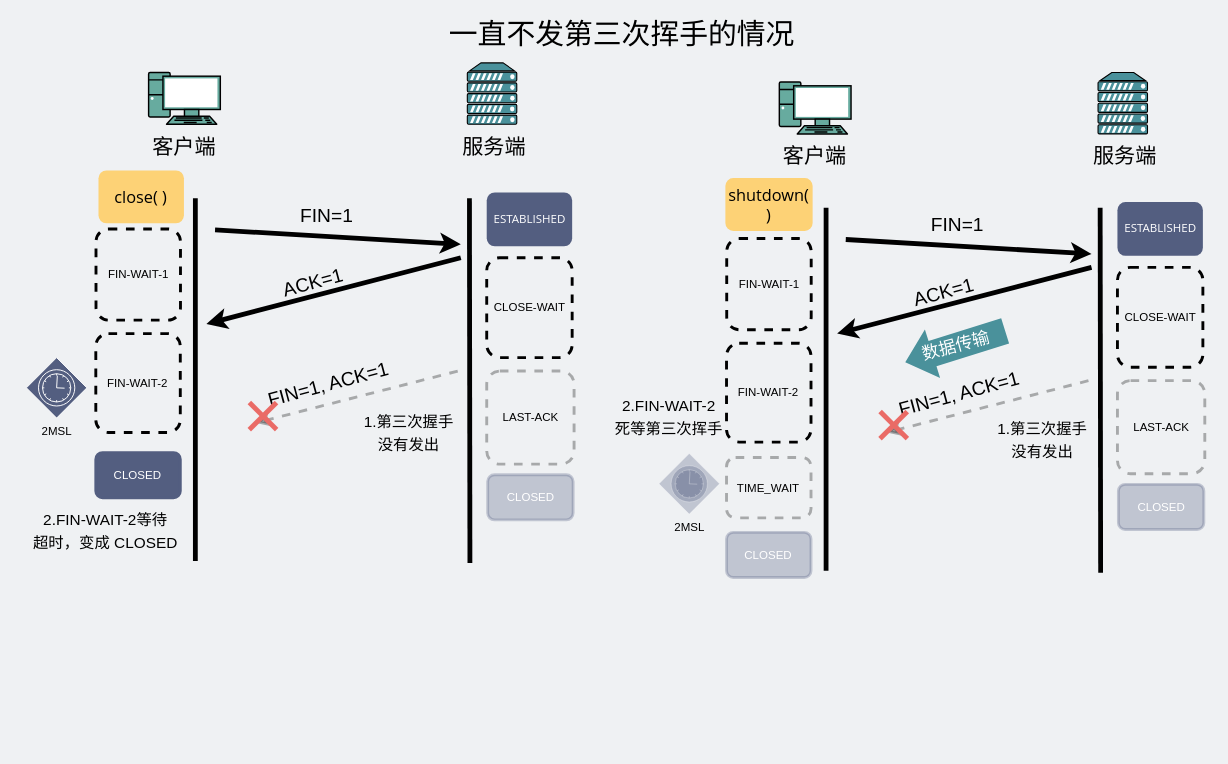
Earlier version of the draw.io diagram network/一直不发第三次挥手的情况.drawio (xiaobaiTech/image). Source tidied: cells renumbered, new cells numbered last; positions are measured from the earlier drawing's top-left corner, leaving out a move shared by most shapes. Both pictures are drawn from the tidied source at 96%, with x=0, y=0 at pixel (16, 20).
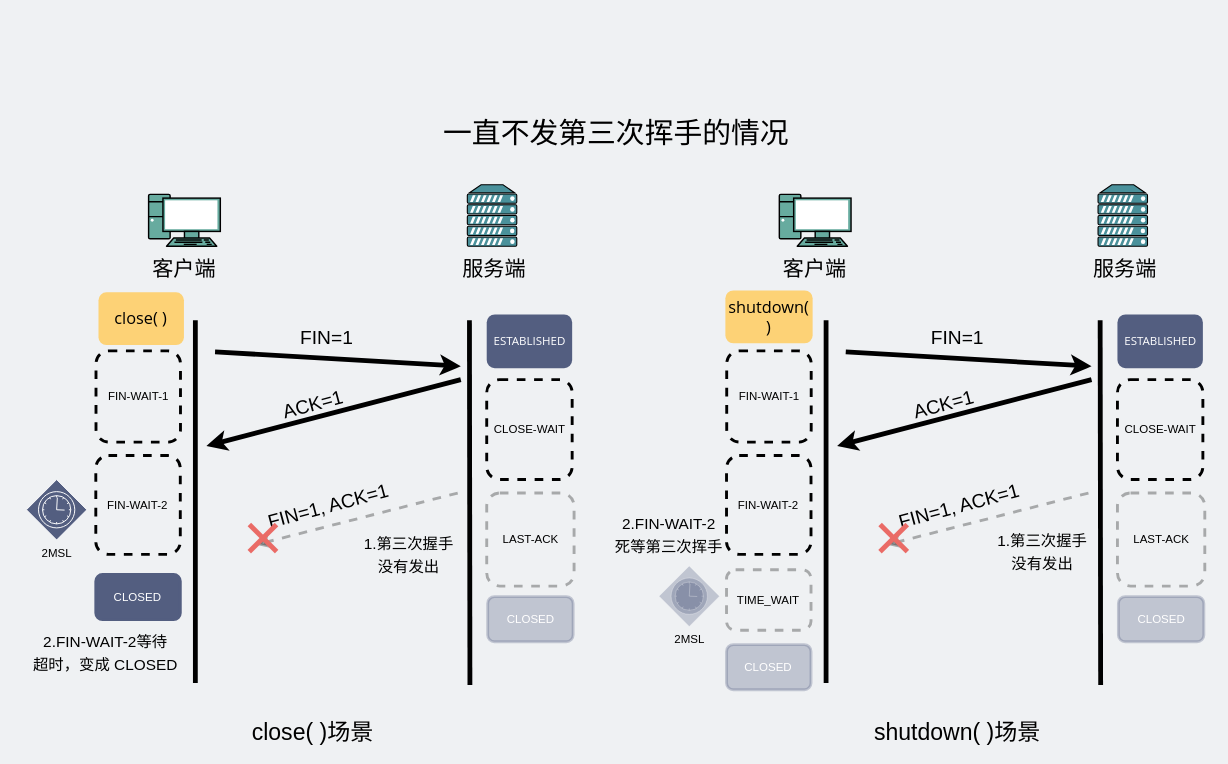
The same page after the edit.

Commit message:
Update 一直不发第三次挥手的情况.drawio

Diff of the diagram source:
```diff
@@
     <mxCell id="2" style="fontColor=#0066CC;verticalAlign=top;verticalLabelPosition=bottom;labelPosition=center;align=center;html=1;gradientColor=none;gradientDirection=north;strokeWidth=2;shape=mxgraph.networks.pc;fillColor=#67AB9F;fontSize=30;" parent="1" vertex="1">
-      <mxGeometry x="137.3" y="54" width="74.7" height="54" as="geometry" />
+      <mxGeometry x="137.3" y="181" width="74.7" height="54" as="geometry" />
     </mxCell>
     <mxCell id="3" value="客户端" style="text;html=1;strokeColor=none;fillColor=none;align=center;verticalAlign=middle;whiteSpace=wrap;rounded=0;fontSize=22;" parent="1" vertex="1">
-      <mxGeometry x="85.1" y="122" width="179" height="20" as="geometry" />
+      <mxGeometry x="85.1" y="249" width="179" height="20" as="geometry" />
     </mxCell>
     <mxCell id="4" style="fontColor=#0066CC;verticalAlign=top;verticalLabelPosition=bottom;labelPosition=center;align=center;html=1;gradientColor=none;gradientDirection=north;strokeWidth=2;shape=mxgraph.networks.server;fillColor=#4A919B;" parent="1" vertex="1">
-      <mxGeometry x="469.3" y="44" width="51.5" height="64" as="geometry" />
+      <mxGeometry x="469.3" y="171" width="51.5" height="64" as="geometry" />
     </mxCell>
     <mxCell id="5" value="服务端" style="text;html=1;strokeColor=none;fillColor=none;align=center;verticalAlign=middle;whiteSpace=wrap;rounded=0;fontSize=22;" parent="1" vertex="1">
-      <mxGeometry x="408.3" y="122" width="179" height="20" as="geometry" />
+      <mxGeometry x="408.3" y="249" width="179" height="20" as="geometry" />
     </mxCell>
     <mxCell id="6" value="&lt;span style=&quot;font-size: 30px&quot;&gt;一直不发第三次挥手的情况&lt;/span&gt;" style="text;html=1;strokeColor=none;fillColor=none;align=center;verticalAlign=middle;whiteSpace=wrap;rounded=0;" parent="1" vertex="1">
-      <mxGeometry x="432.5" width="395" height="28" as="geometry" />
+      <mxGeometry x="427" y="103" width="395" height="28" as="geometry" />
     </mxCell>
     <mxCell id="7" style="endArrow=none;html=1;strokeWidth=5;" parent="1" edge="1">
       <mxGeometry relative="1" as="geometry">
-        <mxPoint x="186" y="563" as="sourcePoint" />
-        <mxPoint x="186" y="185" as="targetPoint" />
+        <mxPoint x="186" y="690" as="sourcePoint" />
+        <mxPoint x="186" y="312" as="targetPoint" />
       </mxGeometry>
     </mxCell>
     <mxCell id="8" style="endArrow=classic;html=1;strokeWidth=5;fontSize=20;" parent="1" edge="1">
       <mxGeometry relative="1" as="geometry">
-        <mxPoint x="206.5" y="218" as="sourcePoint" />
-        <mxPoint x="462.5" y="233" as="targetPoint" />
+        <mxPoint x="206.5" y="345" as="sourcePoint" />
+        <mxPoint x="462.5" y="360" as="targetPoint" />
       </mxGeometry>
     </mxCell>
     <mxCell id="9" value="FIN=1" style="text;html=1;strokeColor=none;fillColor=none;align=center;verticalAlign=middle;whiteSpace=wrap;rounded=0;fontSize=20;" parent="1" vertex="1">
-      <mxGeometry x="276.5" y="191" width="92" height="21" as="geometry" />
+      <mxGeometry x="276.5" y="318" width="92" height="21" as="geometry" />
     </mxCell>
     <mxCell id="10" style="endArrow=none;html=1;strokeWidth=5;startArrow=classic;startFill=1;endFill=0;" parent="1" edge="1">
       <mxGeometry relative="1" as="geometry">
-        <mxPoint x="197.5" y="316" as="sourcePoint" />
-        <mxPoint x="462.5" y="247" as="targetPoint" />
+        <mxPoint x="197.5" y="443" as="sourcePoint" />
+        <mxPoint x="462.5" y="374" as="targetPoint" />
       </mxGeometry>
     </mxCell>
     <mxCell id="11" value="FIN-WAIT-1" style="rounded=1;whiteSpace=wrap;html=1;strokeColor=#000000;fillColor=none;dashed=1;strokeWidth=3;" parent="1" vertex="1">
-      <mxGeometry x="82.5" y="217" width="88" height="95" as="geometry" />
+      <mxGeometry x="82.5" y="344" width="88" height="95" as="geometry" />
     </mxCell>
     <mxCell id="12" value="&lt;span style=&quot;font-family: &amp;quot;open sans&amp;quot; , &amp;quot;clear sans&amp;quot; , &amp;quot;helvetica neue&amp;quot; , &amp;quot;helvetica&amp;quot; , &amp;quot;arial&amp;quot; , sans-serif&quot;&gt;&lt;font style=&quot;font-size: 12px&quot;&gt;ESTABLISHED&lt;/font&gt;&lt;/span&gt;" style="rounded=1;whiteSpace=wrap;html=1;dashed=1;strokeWidth=3;strokeColor=none;fillColor=#535E80;fontColor=#FFFFFF;" parent="1" vertex="1">
-      <mxGeometry x="489.5" y="179" width="89" height="56" as="geometry" />
+      <mxGeometry x="489.5" y="306" width="89" height="56" as="geometry" />
     </mxCell>
     <mxCell id="13" value="&lt;span&gt;CLOSE-WAIT&lt;/span&gt;" style="rounded=1;whiteSpace=wrap;html=1;strokeColor=#000000;dashed=1;strokeWidth=3;fillColor=none;" parent="1" vertex="1">
-      <mxGeometry x="489.5" y="247" width="89" height="104" as="geometry" />
+      <mxGeometry x="489.5" y="374" width="89" height="104" as="geometry" />
     </mxCell>
     <mxCell id="14" value="LAST-ACK" style="rounded=1;whiteSpace=wrap;html=1;strokeColor=#000000;fillColor=none;dashed=1;strokeWidth=3;opacity=30;" parent="1" vertex="1">
-      <mxGeometry x="489.5" y="365" width="91" height="97" as="geometry" />
+      <mxGeometry x="489.5" y="492" width="91" height="97" as="geometry" />
     </mxCell>
     <mxCell id="15" value="FIN-WAIT-2" style="rounded=1;whiteSpace=wrap;html=1;strokeColor=#000000;dashed=1;strokeWidth=3;fillColor=none;" parent="1" vertex="1">
-      <mxGeometry x="82.3" y="326" width="88" height="103" as="geometry" />
+      <mxGeometry x="82.3" y="453" width="88" height="103" as="geometry" />
     </mxCell>
     <mxCell id="16" value="ACK=1" style="text;html=1;strokeColor=none;fillColor=none;align=center;verticalAlign=middle;whiteSpace=wrap;rounded=0;fontSize=20;rotation=-15;" parent="1" vertex="1">
-      <mxGeometry x="174.1" y="255.9" width="269" height="32" as="geometry" />
+      <mxGeometry x="174.1" y="382.9" width="269" height="32" as="geometry" />
     </mxCell>
     <mxCell id="17" style="endArrow=none;html=1;strokeWidth=5;" parent="1" edge="1">
       <mxGeometry relative="1" as="geometry">
-        <mxPoint x="472" y="565" as="sourcePoint" />
-        <mxPoint x="471.5" y="185" as="targetPoint" />
+        <mxPoint x="472" y="692" as="sourcePoint" />
+        <mxPoint x="471.5" y="312" as="targetPoint" />
       </mxGeometry>
     </mxCell>
     <mxCell id="18" style="endArrow=none;html=1;strokeWidth=3;startArrow=classic;startFill=1;endFill=0;dashed=1;opacity=30;" parent="1" edge="1">
       <mxGeometry relative="1" as="geometry">
-        <mxPoint x="249" y="419" as="sourcePoint" />
-        <mxPoint x="463.5" y="364" as="targetPoint" />
+        <mxPoint x="249" y="546" as="sourcePoint" />
+        <mxPoint x="463.5" y="491" as="targetPoint" />
       </mxGeometry>
     </mxCell>
     <mxCell id="19" value="FIN=1, ACK=1" style="text;html=1;strokeColor=none;fillColor=none;align=center;verticalAlign=middle;whiteSpace=wrap;rounded=0;fontSize=20;rotation=-15;" parent="1" vertex="1">
-      <mxGeometry x="190" y="362" width="269" height="32" as="geometry" />
+      <mxGeometry x="190" y="489" width="269" height="32" as="geometry" />
     </mxCell>
     <mxCell id="20" value="&lt;font color=&quot;#ffffff&quot;&gt;CLOSED&lt;/font&gt;" style="rounded=1;whiteSpace=wrap;html=1;strokeWidth=3;strokeColor=#535E80;fillColor=#535E80;" parent="1" vertex="1">
-      <mxGeometry x="82.3" y="450" width="88" height="47" as="geometry" />
+      <mxGeometry x="82.3" y="577" width="88" height="47" as="geometry" />
     </mxCell>
     <mxCell id="21" value="&lt;font color=&quot;#ffffff&quot;&gt;CLOSED&lt;/font&gt;" style="rounded=1;whiteSpace=wrap;html=1;strokeWidth=3;strokeColor=#535E80;fillColor=#535E80;opacity=30;" parent="1" vertex="1">
-      <mxGeometry x="490.5" y="473" width="89" height="47" as="geometry" />
+      <mxGeometry x="490.5" y="600" width="89" height="47" as="geometry" />
     </mxCell>
     <mxCell id="22" style="shape=mxgraph.bpmn.gateway2;html=1;verticalLabelPosition=bottom;labelBackgroundColor=#ffffff;verticalAlign=top;align=center;perimeter=rhombusPerimeter;outline=standard;symbol=timer;fillColor=#535E80;strokeColor=#FFFFFF;" parent="1" vertex="1">
-      <mxGeometry x="10" y="351" width="63" height="63" as="geometry" />
+      <mxGeometry x="10" y="478" width="63" height="63" as="geometry" />
     </mxCell>
     <mxCell id="23" value="2MSL" style="text;html=1;strokeColor=none;fillColor=none;align=center;verticalAlign=middle;whiteSpace=wrap;rounded=0;" parent="1" vertex="1">
-      <mxGeometry x="21.5" y="418" width="40" height="20" as="geometry" />
+      <mxGeometry x="21.5" y="545" width="40" height="20" as="geometry" />
     </mxCell>
     <mxCell id="24" value="&lt;span style=&quot;font-family: &amp;#34;open sans&amp;#34; , &amp;#34;clear sans&amp;#34; , &amp;#34;helvetica neue&amp;#34; , &amp;#34;helvetica&amp;#34; , &amp;#34;arial&amp;#34; , sans-serif&quot;&gt;&lt;font&gt;&lt;font style=&quot;font-size: 17px&quot;&gt;close( )&lt;/font&gt;&lt;br&gt;&lt;/font&gt;&lt;/span&gt;" style="rounded=1;whiteSpace=wrap;html=1;dashed=1;strokeWidth=3;strokeColor=none;fillColor=#FDD276;" parent="1" vertex="1">
-      <mxGeometry x="85.1" y="156" width="89" height="55" as="geometry" />
+      <mxGeometry x="85.1" y="283" width="89" height="55" as="geometry" />
     </mxCell>
     <mxCell id="25" value="&lt;font style=&quot;font-size: 72px&quot; color=&quot;#ea6b66&quot;&gt;×&lt;/font&gt;" style="text;html=1;strokeColor=none;fillColor=none;align=center;verticalAlign=middle;whiteSpace=wrap;rounded=0;opacity=30;" parent="1" vertex="1">
-      <mxGeometry x="236.5" y="401" width="40" height="20" as="geometry" />
+      <mxGeometry x="236.5" y="528" width="40" height="20" as="geometry" />
     </mxCell>
     <mxCell id="26" value="&lt;font style=&quot;font-size: 16px&quot;&gt;1.第三次握手&lt;br&gt;没有发出&lt;/font&gt;" style="text;html=1;strokeColor=none;fillColor=none;align=center;verticalAlign=middle;whiteSpace=wrap;rounded=0;fontSize=20;rotation=0;" parent="1" vertex="1">
-      <mxGeometry x="334" y="412" width="149" height="32" as="geometry" />
+      <mxGeometry x="334" y="539" width="149" height="32" as="geometry" />
     </mxCell>
     <mxCell id="27" value="&lt;font style=&quot;font-size: 16px&quot;&gt;2.FIN-WAIT-2等待&lt;br&gt;超时，变成 CLOSED&lt;/font&gt;" style="text;html=1;strokeColor=none;fillColor=none;align=center;verticalAlign=middle;whiteSpace=wrap;rounded=0;fontSize=20;rotation=0;" parent="1" vertex="1">
-      <mxGeometry y="499" width="185" height="62" as="geometry" />
+      <mxGeometry y="626" width="185" height="62" as="geometry" />
     </mxCell>
-    <mxCell id="28" style="shape=flexArrow;endArrow=classic;html=1;fontColor=#FFFFFF;gradientColor=none;endWidth=24.381720430107528;endSize=9.583333333333334;width=27.5;strokeColor=none;fillColor=#4A919B;" parent="1" edge="1">
-      <mxGeometry relative="1" as="geometry">
-        <mxPoint x="1030" y="323" as="sourcePoint" />
-        <mxPoint x="925" y="356" as="targetPoint" />
-      </mxGeometry>
-    </mxCell>
     <mxCell id="29" style="fontColor=#0066CC;verticalAlign=top;verticalLabelPosition=bottom;labelPosition=center;align=center;html=1;gradientColor=none;gradientDirection=north;strokeWidth=2;shape=mxgraph.networks.pc;fillColor=#67AB9F;fontSize=30;" parent="1" vertex="1">
-      <mxGeometry x="794.3" y="64" width="74.7" height="54" as="geometry" />
+      <mxGeometry x="794.3" y="181" width="74.7" height="54" as="geometry" />
     </mxCell>
     <mxCell id="30" value="客户端" style="text;html=1;strokeColor=none;fillColor=none;align=center;verticalAlign=middle;whiteSpace=wrap;rounded=0;fontSize=22;" parent="1" vertex="1">
-      <mxGeometry x="742.1" y="132" width="179" height="20" as="geometry" />
+      <mxGeometry x="742.1" y="249" width="179" height="20" as="geometry" />
     </mxCell>
     <mxCell id="31" style="fontColor=#0066CC;verticalAlign=top;verticalLabelPosition=bottom;labelPosition=center;align=center;html=1;gradientColor=none;gradientDirection=north;strokeWidth=2;shape=mxgraph.networks.server;fillColor=#4A919B;" parent="1" vertex="1">
-      <mxGeometry x="1126.3" y="54" width="51.5" height="64" as="geometry" />
+      <mxGeometry x="1126.3" y="171" width="51.5" height="64" as="geometry" />
     </mxCell>
     <mxCell id="32" value="服务端" style="text;html=1;strokeColor=none;fillColor=none;align=center;verticalAlign=middle;whiteSpace=wrap;rounded=0;fontSize=22;" parent="1" vertex="1">
-      <mxGeometry x="1065.3" y="132" width="179" height="20" as="geometry" />
+      <mxGeometry x="1065.3" y="249" width="179" height="20" as="geometry" />
     </mxCell>
     <mxCell id="33" style="endArrow=none;html=1;strokeWidth=5;" parent="1" edge="1">
       <mxGeometry relative="1" as="geometry">
-        <mxPoint x="843" y="573" as="sourcePoint" />
-        <mxPoint x="843" y="195" as="targetPoint" />
+        <mxPoint x="843" y="690" as="sourcePoint" />
+        <mxPoint x="843" y="312" as="targetPoint" />
       </mxGeometry>
     </mxCell>
     <mxCell id="34" style="endArrow=classic;html=1;strokeWidth=5;fontSize=20;" parent="1" edge="1">
       <mxGeometry relative="1" as="geometry">
-        <mxPoint x="863.5" y="228" as="sourcePoint" />
-        <mxPoint x="1119.5" y="243" as="targetPoint" />
+        <mxPoint x="863.5" y="345" as="sourcePoint" />
+        <mxPoint x="1119.5" y="360" as="targetPoint" />
       </mxGeometry>
     </mxCell>
     <mxCell id="35" value="FIN=1" style="text;html=1;strokeColor=none;fillColor=none;align=center;verticalAlign=middle;whiteSpace=wrap;rounded=0;fontSize=20;" parent="1" vertex="1">
-      <mxGeometry x="933.5" y="201" width="92" height="21" as="geometry" />
+      <mxGeometry x="933.5" y="318" width="92" height="21" as="geometry" />
     </mxCell>
     <mxCell id="36" style="endArrow=none;html=1;strokeWidth=5;startArrow=classic;startFill=1;endFill=0;" parent="1" edge="1">
       <mxGeometry relative="1" as="geometry">
-        <mxPoint x="854.5" y="326" as="sourcePoint" />
-        <mxPoint x="1119.5" y="257" as="targetPoint" />
+        <mxPoint x="854.5" y="443" as="sourcePoint" />
+        <mxPoint x="1119.5" y="374" as="targetPoint" />
       </mxGeometry>
     </mxCell>
     <mxCell id="37" value="FIN-WAIT-1" style="rounded=1;whiteSpace=wrap;html=1;strokeColor=#000000;fillColor=none;dashed=1;strokeWidth=3;" parent="1" vertex="1">
-      <mxGeometry x="739.5" y="227" width="88" height="95" as="geometry" />
+      <mxGeometry x="739.5" y="344" width="88" height="95" as="geometry" />
     </mxCell>
     <mxCell id="38" value="&lt;span style=&quot;font-family: &amp;quot;open sans&amp;quot; , &amp;quot;clear sans&amp;quot; , &amp;quot;helvetica neue&amp;quot; , &amp;quot;helvetica&amp;quot; , &amp;quot;arial&amp;quot; , sans-serif&quot;&gt;&lt;font style=&quot;font-size: 12px&quot;&gt;ESTABLISHED&lt;/font&gt;&lt;/span&gt;" style="rounded=1;whiteSpace=wrap;html=1;dashed=1;strokeWidth=3;strokeColor=none;fillColor=#535E80;fontColor=#FFFFFF;" parent="1" vertex="1">
-      <mxGeometry x="1146.5" y="189" width="89" height="56" as="geometry" />
+      <mxGeometry x="1146.5" y="306" width="89" height="56" as="geometry" />
     </mxCell>
     <mxCell id="39" value="&lt;span&gt;CLOSE-WAIT&lt;/span&gt;" style="rounded=1;whiteSpace=wrap;html=1;strokeColor=#000000;dashed=1;strokeWidth=3;fillColor=none;" parent="1" vertex="1">
-      <mxGeometry x="1146.5" y="257" width="89" height="104" as="geometry" />
+      <mxGeometry x="1146.5" y="374" width="89" height="104" as="geometry" />
     </mxCell>
     <mxCell id="40" value="LAST-ACK" style="rounded=1;whiteSpace=wrap;html=1;strokeColor=#000000;fillColor=none;dashed=1;strokeWidth=3;opacity=30;" parent="1" vertex="1">
-      <mxGeometry x="1146.5" y="375" width="91" height="97" as="geometry" />
+      <mxGeometry x="1146.5" y="492" width="91" height="97" as="geometry" />
     </mxCell>
     <mxCell id="41" value="FIN-WAIT-2" style="rounded=1;whiteSpace=wrap;html=1;strokeColor=#000000;dashed=1;strokeWidth=3;fillColor=none;" parent="1" vertex="1">
-      <mxGeometry x="739.3" y="336" width="88" height="103" as="geometry" />
+      <mxGeometry x="739.3" y="453" width="88" height="103" as="geometry" />
     </mxCell>
     <mxCell id="42" value="ACK=1" style="text;html=1;strokeColor=none;fillColor=none;align=center;verticalAlign=middle;whiteSpace=wrap;rounded=0;fontSize=20;rotation=-15;" parent="1" vertex="1">
-      <mxGeometry x="831.1" y="265.9" width="269" height="32" as="geometry" />
+      <mxGeometry x="831.1" y="382.9" width="269" height="32" as="geometry" />
     </mxCell>
     <mxCell id="43" style="endArrow=none;html=1;strokeWidth=5;" parent="1" edge="1">
       <mxGeometry relative="1" as="geometry">
-        <mxPoint x="1129" y="575" as="sourcePoint" />
-        <mxPoint x="1128.5" y="195" as="targetPoint" />
+        <mxPoint x="1129" y="692" as="sourcePoint" />
+        <mxPoint x="1128.5" y="312" as="targetPoint" />
       </mxGeometry>
     </mxCell>
     <mxCell id="44" style="endArrow=none;html=1;strokeWidth=3;startArrow=classic;startFill=1;endFill=0;dashed=1;opacity=30;" parent="1" edge="1">
       <mxGeometry relative="1" as="geometry">
-        <mxPoint x="906" y="429" as="sourcePoint" />
-        <mxPoint x="1120.5" y="374" as="targetPoint" />
+        <mxPoint x="906" y="546" as="sourcePoint" />
+        <mxPoint x="1120.5" y="491" as="targetPoint" />
       </mxGeometry>
     </mxCell>
     <mxCell id="45" value="FIN=1, ACK=1" style="text;html=1;strokeColor=none;fillColor=none;align=center;verticalAlign=middle;whiteSpace=wrap;rounded=0;fontSize=20;rotation=-15;" parent="1" vertex="1">
-      <mxGeometry x="847" y="372" width="269" height="32" as="geometry" />
+      <mxGeometry x="847" y="489" width="269" height="32" as="geometry" />
     </mxCell>
     <mxCell id="46" value="TIME_WAIT" style="rounded=1;whiteSpace=wrap;html=1;strokeColor=#000000;fillColor=none;dashed=1;strokeWidth=3;opacity=30;" parent="1" vertex="1">
-      <mxGeometry x="739.3" y="455" width="88" height="63" as="geometry" />
+      <mxGeometry x="739.3" y="572" width="88" height="63" as="geometry" />
     </mxCell>
     <mxCell id="47" value="&lt;font color=&quot;#ffffff&quot;&gt;CLOSED&lt;/font&gt;" style="rounded=1;whiteSpace=wrap;html=1;strokeWidth=3;strokeColor=#535E80;fillColor=#535E80;opacity=30;" parent="1" vertex="1">
-      <mxGeometry x="739.3" y="533" width="88" height="47" as="geometry" />
+      <mxGeometry x="739.3" y="650" width="88" height="47" as="geometry" />
     </mxCell>
     <mxCell id="48" value="&lt;font color=&quot;#ffffff&quot;&gt;CLOSED&lt;/font&gt;" style="rounded=1;whiteSpace=wrap;html=1;strokeWidth=3;strokeColor=#535E80;fillColor=#535E80;opacity=30;" parent="1" vertex="1">
-      <mxGeometry x="1147.5" y="483" width="89" height="47" as="geometry" />
+      <mxGeometry x="1147.5" y="600" width="89" height="47" as="geometry" />
     </mxCell>
     <mxCell id="49" style="shape=mxgraph.bpmn.gateway2;html=1;verticalLabelPosition=bottom;labelBackgroundColor=#ffffff;verticalAlign=top;align=center;perimeter=rhombusPerimeter;outline=standard;symbol=timer;fillColor=#535E80;strokeColor=#FFFFFF;opacity=30;" parent="1" vertex="1">
-      <mxGeometry x="669" y="451" width="63" height="63" as="geometry" />
+      <mxGeometry x="669" y="568" width="63" height="63" as="geometry" />
     </mxCell>
     <mxCell id="50" value="2MSL" style="text;html=1;strokeColor=none;fillColor=none;align=center;verticalAlign=middle;whiteSpace=wrap;rounded=0;opacity=30;" parent="1" vertex="1">
-      <mxGeometry x="680.5" y="518" width="40" height="20" as="geometry" />
+      <mxGeometry x="680.5" y="635" width="40" height="20" as="geometry" />
     </mxCell>
     <mxCell id="51" value="&lt;span style=&quot;font-family: &amp;#34;open sans&amp;#34; , &amp;#34;clear sans&amp;#34; , &amp;#34;helvetica neue&amp;#34; , &amp;#34;helvetica&amp;#34; , &amp;#34;arial&amp;#34; , sans-serif&quot;&gt;&lt;font&gt;&lt;font style=&quot;font-size: 17px&quot;&gt;shutdown( )&lt;/font&gt;&lt;br&gt;&lt;/font&gt;&lt;/span&gt;" style="rounded=1;whiteSpace=wrap;html=1;dashed=1;strokeWidth=3;strokeColor=none;fillColor=#FDD276;" parent="1" vertex="1">
-      <mxGeometry x="738.1" y="164" width="90.9" height="55" as="geometry" />
+      <mxGeometry x="738.1" y="281" width="90.9" height="55" as="geometry" />
     </mxCell>
-    <mxCell id="52" value="&lt;font style=&quot;font-size: 18px&quot;&gt;数据传输&lt;/font&gt;" style="text;html=1;strokeColor=none;fillColor=none;align=center;verticalAlign=middle;whiteSpace=wrap;rounded=0;fontColor=#FFFFFF;rotation=-15;" parent="1" vertex="1">
-      <mxGeometry x="939" y="329" width="79" height="20" as="geometry" />
-    </mxCell>
     <mxCell id="53" value="&lt;font style=&quot;font-size: 72px&quot; color=&quot;#ea6b66&quot;&gt;×&lt;/font&gt;" style="text;html=1;strokeColor=none;fillColor=none;align=center;verticalAlign=middle;whiteSpace=wrap;rounded=0;" parent="1" vertex="1">
-      <mxGeometry x="893.5" y="411" width="40" height="20" as="geometry" />
+      <mxGeometry x="893.5" y="528" width="40" height="20" as="geometry" />
     </mxCell>
     <mxCell id="54" value="&lt;font style=&quot;font-size: 16px&quot;&gt;1.第三次握手&lt;br&gt;没有发出&lt;/font&gt;" style="text;html=1;strokeColor=none;fillColor=none;align=center;verticalAlign=middle;whiteSpace=wrap;rounded=0;fontSize=20;rotation=0;" parent="1" vertex="1">
-      <mxGeometry x="994" y="419" width="149" height="32" as="geometry" />
+      <mxGeometry x="994" y="536" width="149" height="32" as="geometry" />
     </mxCell>
     <mxCell id="55" value="&lt;font style=&quot;font-size: 16px&quot;&gt;2.FIN-WAIT-2 &lt;br&gt;死等第三次挥手&lt;/font&gt;" style="text;html=1;strokeColor=none;fillColor=none;align=center;verticalAlign=middle;whiteSpace=wrap;rounded=0;fontSize=20;rotation=0;" parent="1" vertex="1">
-      <mxGeometry x="587.3" y="380" width="185" height="62" as="geometry" />
+      <mxGeometry x="587.3" y="503" width="185" height="62" as="geometry" />
     </mxCell>
+    <mxCell id="56" value="&lt;font style=&quot;font-size: 24px&quot;&gt;close( )场景&lt;/font&gt;" style="text;html=1;strokeColor=none;fillColor=none;align=center;verticalAlign=middle;whiteSpace=wrap;rounded=0;fontSize=20;rotation=0;" parent="1" vertex="1">
+      <mxGeometry x="234.1" y="726" width="149" height="32" as="geometry" />
+    </mxCell>
+    <mxCell id="57" value="&lt;font style=&quot;font-size: 24px&quot;&gt;shutdown( )场景&lt;/font&gt;" style="text;html=1;strokeColor=none;fillColor=none;align=center;verticalAlign=middle;whiteSpace=wrap;rounded=0;fontSize=20;rotation=0;" parent="1" vertex="1">
+      <mxGeometry x="884.5" y="725" width="190" height="33" as="geometry" />
+    </mxCell>
```
